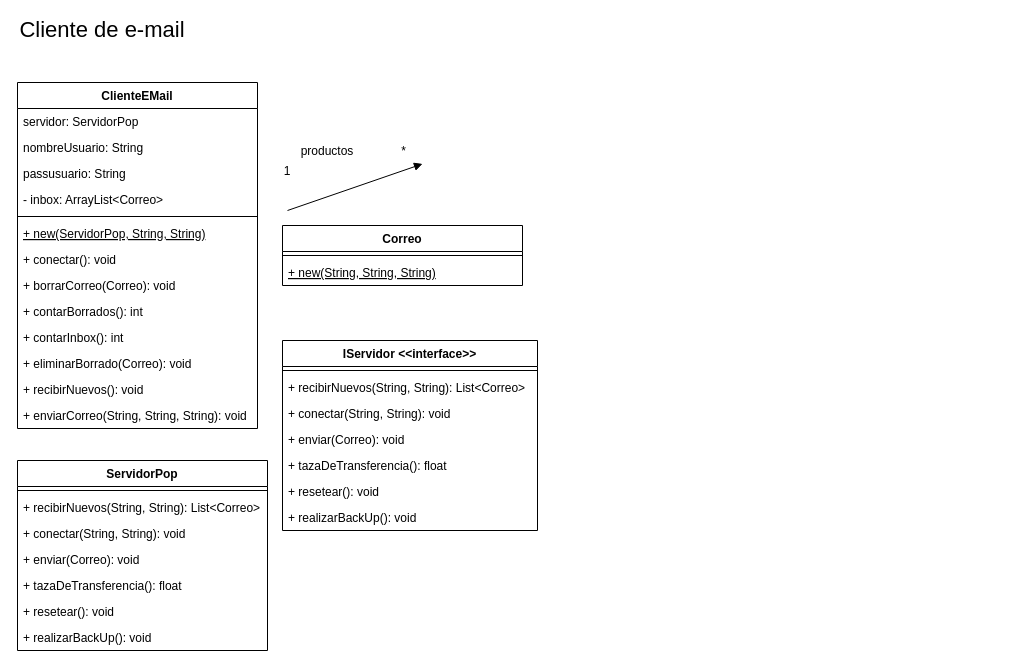
Earlier version of the draw.io diagram TP5.drawio (dkippes/Programacion-Orientada-Objetos-2). Source tidied: cells renumbered, new cells numbered last; positions are measured from the earlier drawing's top-left corner, leaving out a move shared by most shapes. Both pictures are drawn from the tidied source at 100%, with x=0, y=0 at pixel (17, 20).
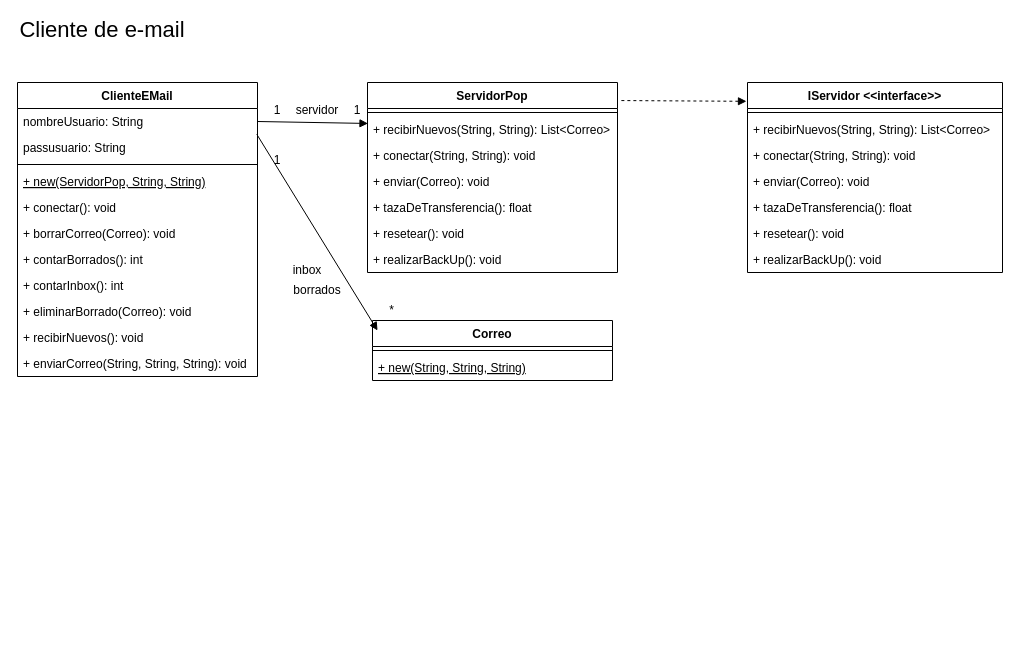
The same diagram, later.

The change refers to these unchanged cells:
```xml
<mxCell id="34" value="+ recibirNuevos(String, String): List&lt;Correo&gt;" style="text;strokeColor=none;fillColor=none;align=left;verticalAlign=top;spacingLeft=4;spacingRight=4;overflow=hidden;points=[[0,0.5],[1,0.5]];portConstraint=eastwest;fontStyle=0;" parent="32" vertex="1">
  <mxGeometry y="34" width="250" height="26" as="geometry" />
</mxCell>
```

The edit, as a diff of the source:
```diff
@@
     <mxCell id="2" value="ClienteEMail" style="swimlane;fontStyle=1;align=center;verticalAlign=top;horizontal=1;startSize=26;strokeColor=default;" parent="1" vertex="1">
-      <mxGeometry y="62" width="240" height="346" as="geometry" />
+      <mxGeometry y="62" width="240" height="294" as="geometry" />
     </mxCell>
-    <mxCell id="3" value="servidor: ServidorPop" style="text;strokeColor=none;fillColor=none;align=left;verticalAlign=top;spacingLeft=4;spacingRight=4;overflow=hidden;" parent="2" vertex="1">
-      <mxGeometry y="26" width="240" height="26" as="geometry" />
-    </mxCell>
     <mxCell id="4" value="nombreUsuario: String" style="text;strokeColor=none;fillColor=none;align=left;verticalAlign=top;spacingLeft=4;spacingRight=4;overflow=hidden;" parent="2" vertex="1">
-      <mxGeometry y="52" width="240" height="26" as="geometry" />
+      <mxGeometry y="26" width="240" height="26" as="geometry" />
     </mxCell>
     <mxCell id="5" value="passusuario: String" style="text;strokeColor=none;fillColor=none;align=left;verticalAlign=top;spacingLeft=4;spacingRight=4;overflow=hidden;points=[[0,0.5],[1,0.5]];portConstraint=eastwest;" parent="2" vertex="1">
-      <mxGeometry y="78" width="240" height="26" as="geometry" />
+      <mxGeometry y="52" width="240" height="26" as="geometry" />
     </mxCell>
-    <mxCell id="6" value="- inbox: ArrayList&lt;Correo&gt;" style="text;strokeColor=none;fillColor=none;align=left;verticalAlign=top;spacingLeft=4;spacingRight=4;overflow=hidden;" parent="2" vertex="1">
-      <mxGeometry y="104" width="240" height="26" as="geometry" />
-    </mxCell>
     <mxCell id="7" style="line;strokeWidth=1;fillColor=none;align=left;verticalAlign=middle;spacingTop=-1;spacingLeft=3;spacingRight=3;labelPosition=right;" parent="2" vertex="1">
-      <mxGeometry y="130" width="240" height="8" as="geometry" />
+      <mxGeometry y="78" width="240" height="8" as="geometry" />
     </mxCell>
     <mxCell id="8" value="+ new(ServidorPop, String, String)" style="text;strokeColor=none;fillColor=none;align=left;verticalAlign=top;spacingLeft=4;spacingRight=4;overflow=hidden;fontStyle=4;" parent="2" vertex="1">
-      <mxGeometry y="138" width="240" height="26" as="geometry" />
+      <mxGeometry y="86" width="240" height="26" as="geometry" />
     </mxCell>
     <mxCell id="9" value="+ conectar(): void" style="text;strokeColor=none;fillColor=none;align=left;verticalAlign=top;spacingLeft=4;spacingRight=4;overflow=hidden;" parent="2" vertex="1">
-      <mxGeometry y="164" width="240" height="26" as="geometry" />
+      <mxGeometry y="112" width="240" height="26" as="geometry" />
     </mxCell>
     <mxCell id="10" value="+ borrarCorreo(Correo): void" style="text;strokeColor=none;fillColor=none;align=left;verticalAlign=top;spacingLeft=4;spacingRight=4;overflow=hidden;" parent="2" vertex="1">
-      <mxGeometry y="190" width="240" height="26" as="geometry" />
+      <mxGeometry y="138" width="240" height="26" as="geometry" />
     </mxCell>
     <mxCell id="11" value="+ contarBorrados(): int" style="text;strokeColor=none;fillColor=none;align=left;verticalAlign=top;spacingLeft=4;spacingRight=4;overflow=hidden;" parent="2" vertex="1">
-      <mxGeometry y="216" width="240" height="26" as="geometry" />
+      <mxGeometry y="164" width="240" height="26" as="geometry" />
     </mxCell>
     <mxCell id="12" value="+ contarInbox(): int" style="text;strokeColor=none;fillColor=none;align=left;verticalAlign=top;spacingLeft=4;spacingRight=4;overflow=hidden;" parent="2" vertex="1">
-      <mxGeometry y="242" width="240" height="26" as="geometry" />
+      <mxGeometry y="190" width="240" height="26" as="geometry" />
     </mxCell>
     <mxCell id="13" value="+ eliminarBorrado(Correo): void" style="text;strokeColor=none;fillColor=none;align=left;verticalAlign=top;spacingLeft=4;spacingRight=4;overflow=hidden;" parent="2" vertex="1">
-      <mxGeometry y="268" width="240" height="26" as="geometry" />
+      <mxGeometry y="216" width="240" height="26" as="geometry" />
     </mxCell>
     <mxCell id="14" value="+ recibirNuevos(): void" style="text;strokeColor=none;fillColor=none;align=left;verticalAlign=top;spacingLeft=4;spacingRight=4;overflow=hidden;" parent="2" vertex="1">
-      <mxGeometry y="294" width="240" height="26" as="geometry" />
+      <mxGeometry y="242" width="240" height="26" as="geometry" />
     </mxCell>
     <mxCell id="15" value="+ enviarCorreo(String, String, String): void" style="text;strokeColor=none;fillColor=none;align=left;verticalAlign=top;spacingLeft=4;spacingRight=4;overflow=hidden;" parent="2" vertex="1">
-      <mxGeometry y="320" width="240" height="26" as="geometry" />
+      <mxGeometry y="268" width="240" height="26" as="geometry" />
     </mxCell>
-    <mxCell id="16" style="edgeStyle=none;orthogonalLoop=1;jettySize=auto;html=1;exitX=0;exitY=0.132;exitDx=0;exitDy=0;endArrow=none;endFill=0;rounded=0;exitPerimeter=0;startArrow=block;startFill=1;" parent="1" edge="1">
+    <mxCell id="16" style="edgeStyle=none;jettySize=auto;html=1;exitX=0.002;exitY=0.268;exitDx=0;exitDy=0;endArrow=none;endFill=0;rounded=0;exitPerimeter=0;startArrow=block;startFill=1;entryX=1;entryY=0.5;entryDx=0;entryDy=0;" parent="1" edge="1" source="34">
       <mxGeometry relative="1" as="geometry">
-        <mxPoint x="405" y="143.4" as="sourcePoint" />
-        <mxPoint x="270" y="190" as="targetPoint" />
+        <mxPoint x="240" y="101" as="targetPoint" />
       </mxGeometry>
     </mxCell>
     <mxCell id="17" value="&amp;nbsp;*" style="text;html=1;strokeColor=none;fillColor=none;align=center;verticalAlign=middle;whiteSpace=wrap;rounded=0;" parent="1" vertex="1">
-      <mxGeometry x="365" y="121" width="40" height="20" as="geometry" />
+      <mxGeometry x="353" y="280" width="40" height="20" as="geometry" />
     </mxCell>
     <mxCell id="18" value="1" style="text;html=1;strokeColor=none;fillColor=none;align=center;verticalAlign=middle;whiteSpace=wrap;rounded=0;" parent="1" vertex="1">
-      <mxGeometry x="250" y="141" width="40" height="20" as="geometry" />
+      <mxGeometry x="240" y="130" width="40" height="20" as="geometry" />
     </mxCell>
-    <mxCell id="19" value="productos" style="text;html=1;strokeColor=none;fillColor=none;align=center;verticalAlign=middle;whiteSpace=wrap;rounded=0;" parent="1" vertex="1">
-      <mxGeometry x="290" y="121" width="40" height="20" as="geometry" />
+    <mxCell id="19" value="borrados" style="text;html=1;strokeColor=none;fillColor=none;align=center;verticalAlign=middle;whiteSpace=wrap;rounded=0;" parent="1" vertex="1">
+      <mxGeometry x="280" y="260" width="40" height="20" as="geometry" />
     </mxCell>
@@
     <mxCell id="21" value="Correo" style="swimlane;fontStyle=1;align=center;verticalAlign=top;horizontal=1;startSize=26;strokeColor=default;" parent="1" vertex="1">
-      <mxGeometry x="265" y="205" width="240" height="60" as="geometry" />
+      <mxGeometry x="355" y="300" width="240" height="60" as="geometry" />
     </mxCell>
@@
     <mxCell id="24" value="IServidor &lt;&lt;interface&gt;&gt;" style="swimlane;fontStyle=1;align=center;verticalAlign=top;horizontal=1;startSize=26;strokeColor=default;" parent="1" vertex="1">
-      <mxGeometry x="265" y="320" width="255" height="190" as="geometry" />
+      <mxGeometry x="730" y="62" width="255" height="190" as="geometry" />
     </mxCell>
@@
     <mxCell id="32" value="ServidorPop" style="swimlane;fontStyle=1;align=center;verticalAlign=top;horizontal=1;startSize=26;strokeColor=default;" parent="1" vertex="1">
-      <mxGeometry y="440" width="250" height="190" as="geometry" />
+      <mxGeometry x="350" y="62" width="250" height="190" as="geometry" />
     </mxCell>
@@
+    <mxCell id="40" value="servidor" style="text;html=1;strokeColor=none;fillColor=none;align=center;verticalAlign=middle;whiteSpace=wrap;rounded=0;" parent="1" vertex="1">
+      <mxGeometry x="280" y="80" width="40" height="20" as="geometry" />
+    </mxCell>
+    <mxCell id="41" style="edgeStyle=none;jettySize=auto;html=1;exitX=0.021;exitY=0.167;exitDx=0;exitDy=0;endArrow=none;endFill=0;rounded=0;exitPerimeter=0;startArrow=block;startFill=1;entryX=0.997;entryY=-0.009;entryDx=0;entryDy=0;entryPerimeter=0;" parent="1" edge="1" source="21" target="5">
+      <mxGeometry relative="1" as="geometry" />
+    </mxCell>
+    <mxCell id="42" value="inbox" style="text;html=1;strokeColor=none;fillColor=none;align=center;verticalAlign=middle;whiteSpace=wrap;rounded=0;" parent="1" vertex="1">
+      <mxGeometry x="270" y="240" width="40" height="20" as="geometry" />
+    </mxCell>
+    <mxCell id="43" value="1" style="text;html=1;strokeColor=none;fillColor=none;align=center;verticalAlign=middle;whiteSpace=wrap;rounded=0;" parent="1" vertex="1">
+      <mxGeometry x="240" y="80" width="40" height="20" as="geometry" />
+    </mxCell>
+    <mxCell id="44" value="1" style="text;html=1;strokeColor=none;fillColor=none;align=center;verticalAlign=middle;whiteSpace=wrap;rounded=0;" parent="1" vertex="1">
+      <mxGeometry x="320" y="80" width="40" height="20" as="geometry" />
+    </mxCell>
+    <mxCell id="45" style="edgeStyle=none;jettySize=auto;html=1;exitX=-0.004;exitY=0.099;exitDx=0;exitDy=0;endArrow=none;endFill=0;rounded=0;exitPerimeter=0;startArrow=block;startFill=1;entryX=1.007;entryY=0.095;entryDx=0;entryDy=0;entryPerimeter=0;dashed=1;" parent="1" edge="1" source="24" target="32">
+      <mxGeometry relative="1" as="geometry" />
+    </mxCell>
```
